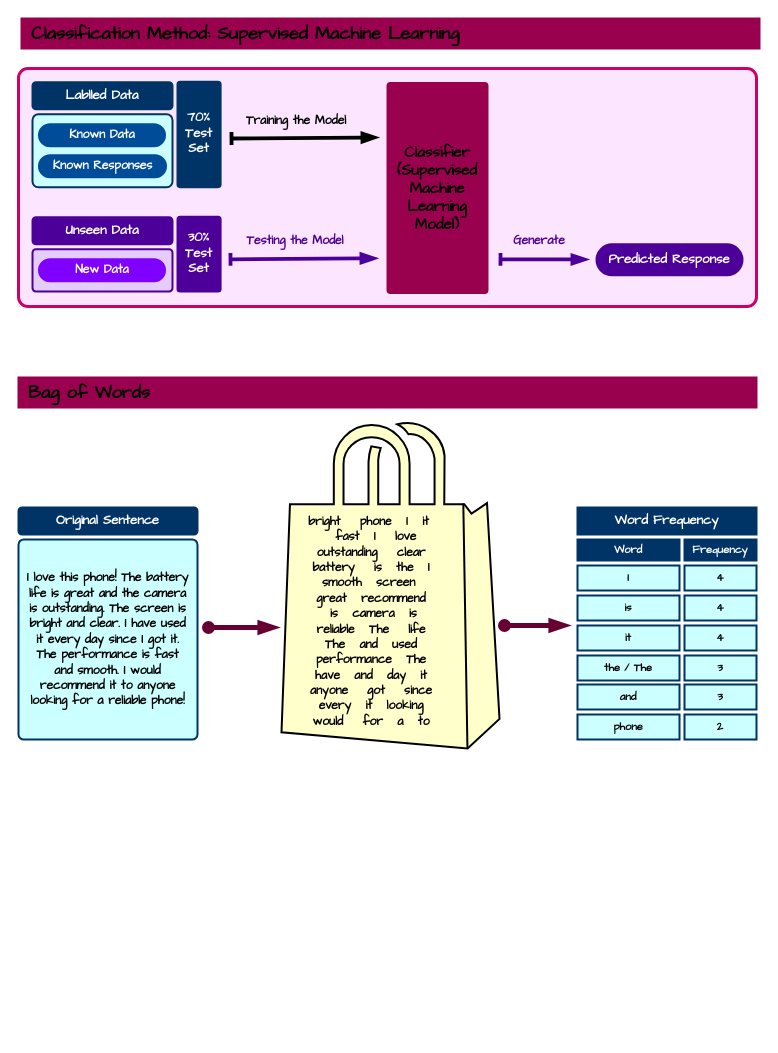
Above: Computer Science/Natural Language Processing/Documentation/Drawings/Module 2 Language Modelling.drawio in ByteToBits/CompScience (draw.io), before the change. Source tidied: cells renumbered, new cells numbered last; positions are measured from the earlier drawing's top-left corner, leaving out a move shared by most shapes. Both pictures are drawn from the tidied source at 100%, with x=0, y=0 at pixel (18, 18).
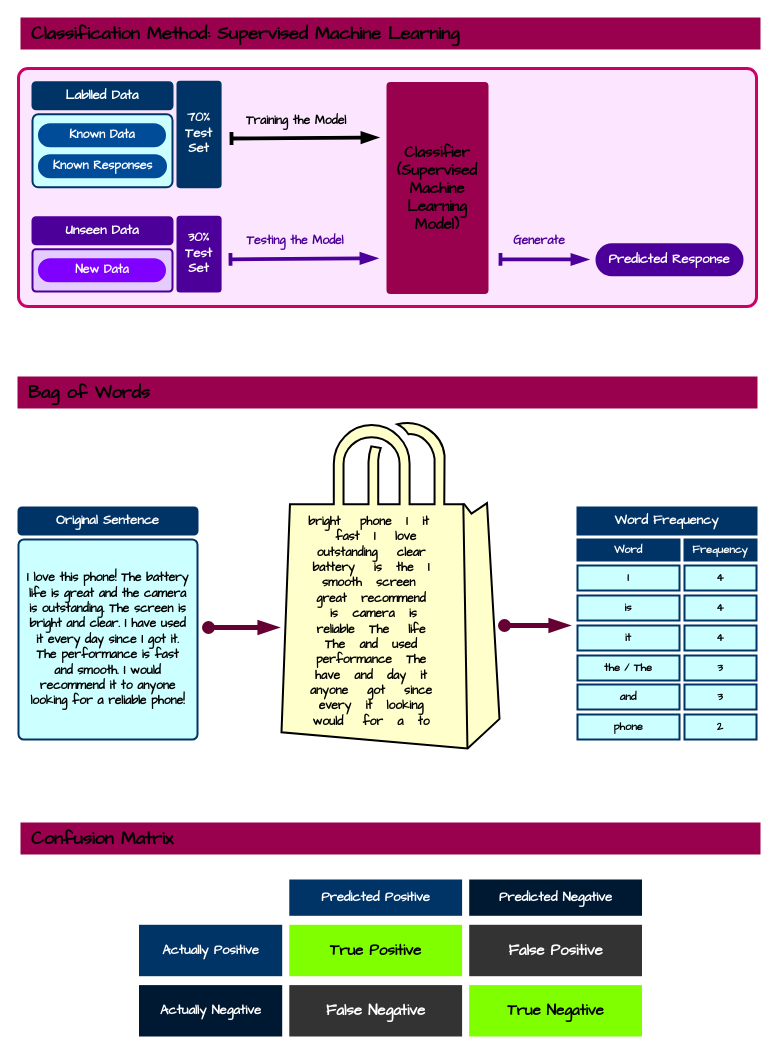
Above is the later version.

Change to the diagram source:
```diff
@@
+    <mxCell id="45" value="&lt;font style=&quot;font-size: 18px;&quot; face=&quot;Comic Sans MS&quot;&gt;Confusion Matrix&lt;/font&gt;" style="rounded=1;whiteSpace=wrap;html=1;arcSize=0;strokeWidth=2;align=left;spacing=10;strokeColor=#99004D;fillColor=#99004D;fontStyle=1;" parent="1" vertex="1">
+      <mxGeometry x="3" y="805" width="738" height="30" as="geometry" />
+    </mxCell>
+    <mxCell id="46" style="group;" parent="1" vertex="1">
+      <mxGeometry x="121.5" y="862" width="501" height="155" as="geometry" />
+    </mxCell>
+    <mxCell id="47" value="&lt;font face=&quot;Comic Sans MS&quot;&gt;&lt;span&gt;&lt;b&gt;True Positive&lt;/b&gt;&lt;/span&gt;&lt;/font&gt;" style="rounded=1;whiteSpace=wrap;html=1;arcSize=0;strokeWidth=2;align=center;spacing=5;strokeColor=#80FF00;fillColor=#80FF00;fontColor=#000000;spacingBottom=1;spacingLeft=0;fontSize=15;" parent="46" vertex="1">
+      <mxGeometry x="150.3" y="45.3" width="170.8" height="49.4" as="geometry" />
+    </mxCell>
+    <mxCell id="48" value="&lt;font face=&quot;Comic Sans MS&quot;&gt;&lt;span&gt;&lt;b&gt;False Negative&lt;/b&gt;&lt;/span&gt;&lt;/font&gt;" style="rounded=1;whiteSpace=wrap;html=1;arcSize=0;strokeWidth=2;align=center;spacing=5;strokeColor=#333333;fillColor=#333333;fontColor=#FFFFFF;spacingBottom=1;spacingLeft=0;fontSize=15;" parent="46" vertex="1">
+      <mxGeometry x="150.3" y="105.6" width="170.8" height="49.4" as="geometry" />
+    </mxCell>
+    <mxCell id="49" value="&lt;font face=&quot;Comic Sans MS&quot;&gt;&lt;span&gt;&lt;b&gt;True Negative&lt;/b&gt;&lt;/span&gt;&lt;/font&gt;" style="rounded=1;whiteSpace=wrap;html=1;arcSize=0;strokeWidth=2;align=center;spacing=5;strokeColor=#80FF00;fillColor=#80FF00;fontColor=#000000;spacingBottom=1;spacingLeft=0;fontSize=15;" parent="46" vertex="1">
+      <mxGeometry x="330.2" y="105.6" width="170.8" height="49.4" as="geometry" />
+    </mxCell>
+    <mxCell id="50" value="&lt;font face=&quot;Comic Sans MS&quot;&gt;&lt;span&gt;&lt;b&gt;False Positive&lt;/b&gt;&lt;/span&gt;&lt;/font&gt;" style="rounded=1;whiteSpace=wrap;html=1;arcSize=0;strokeWidth=2;align=center;spacing=5;strokeColor=#333333;fillColor=#333333;fontColor=#FFFFFF;spacingBottom=1;spacingLeft=0;fontSize=15;" parent="46" vertex="1">
+      <mxGeometry x="330.2" y="45.3" width="170.8" height="49.4" as="geometry" />
+    </mxCell>
+    <mxCell id="51" value="&lt;font face=&quot;Comic Sans MS&quot;&gt;&lt;span style=&quot;font-size: 13px;&quot;&gt;&lt;b&gt;Predicted Positive&lt;/b&gt;&lt;/span&gt;&lt;/font&gt;" style="rounded=1;whiteSpace=wrap;html=1;arcSize=0;strokeWidth=2;align=center;spacing=5;strokeColor=#003366;fillColor=#003366;fontColor=#FFFFFF;spacingBottom=1;spacingLeft=0;" parent="46" vertex="1">
+      <mxGeometry x="150.3" width="170.8" height="34.3" as="geometry" />
+    </mxCell>
+    <mxCell id="52" value="&lt;b style=&quot;font-family: &amp;quot;Comic Sans MS&amp;quot;; font-size: 13px;&quot;&gt;Predicted Negative&lt;/b&gt;" style="rounded=1;whiteSpace=wrap;html=1;arcSize=0;strokeWidth=2;align=center;spacing=5;strokeColor=#001933;fillColor=#001933;fontColor=#FFFFFF;spacingBottom=1;spacingLeft=0;" parent="46" vertex="1">
+      <mxGeometry x="330.2" width="170.8" height="34.3" as="geometry" />
+    </mxCell>
+    <mxCell id="53" value="&lt;font face=&quot;Comic Sans MS&quot;&gt;&lt;span style=&quot;font-size: 13px;&quot;&gt;&lt;b&gt;Actually Positive&lt;/b&gt;&lt;/span&gt;&lt;/font&gt;" style="rounded=1;whiteSpace=wrap;html=1;arcSize=0;strokeWidth=2;align=center;spacing=5;strokeColor=#003366;fillColor=#003366;fontColor=#FFFFFF;spacingBottom=1;spacingLeft=0;" parent="46" vertex="1">
+      <mxGeometry y="45.3" width="141.2" height="49.4" as="geometry" />
+    </mxCell>
+    <mxCell id="54" value="&lt;font face=&quot;Comic Sans MS&quot;&gt;&lt;span style=&quot;font-size: 13px;&quot;&gt;&lt;b&gt;Actually Negative&lt;/b&gt;&lt;/span&gt;&lt;/font&gt;" style="rounded=1;whiteSpace=wrap;html=1;arcSize=0;strokeWidth=2;align=center;spacing=5;strokeColor=#001933;fillColor=#001933;fontColor=#FFFFFF;spacingBottom=1;spacingLeft=0;" parent="46" vertex="1">
+      <mxGeometry y="105.6" width="141.2" height="49.4" as="geometry" />
+    </mxCell>
```
